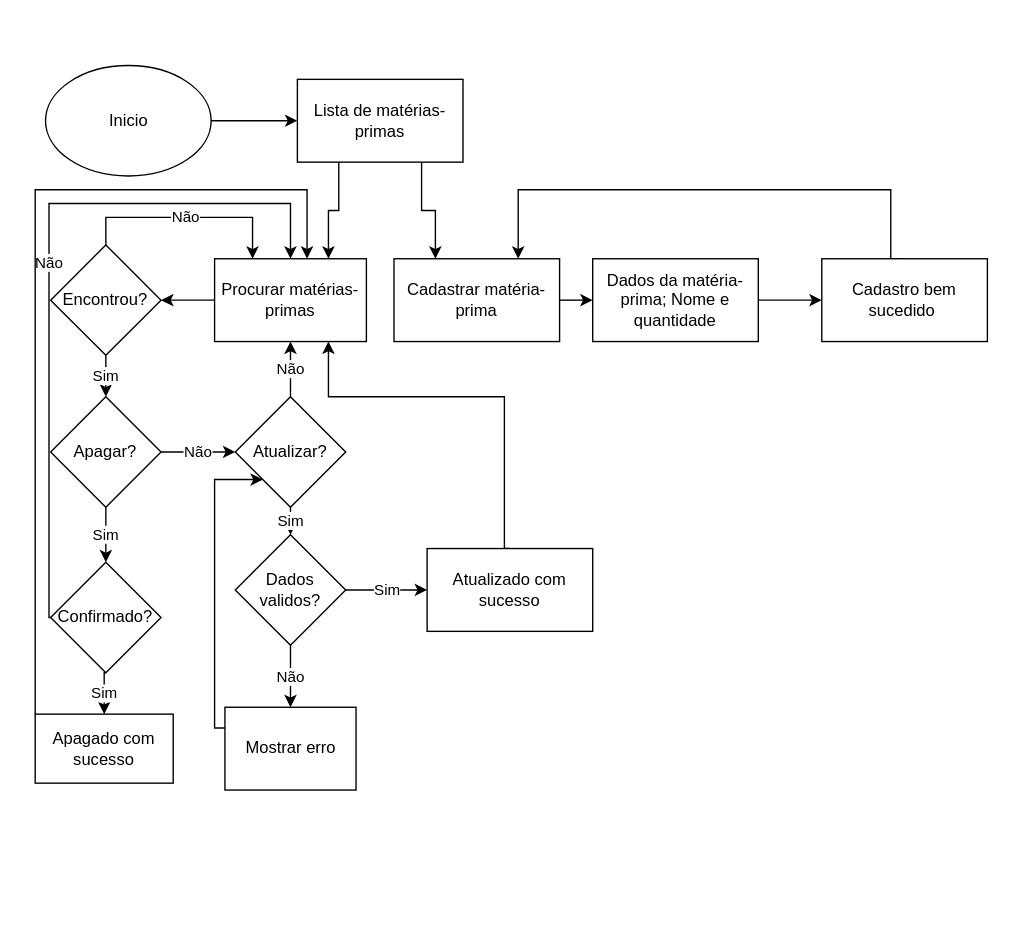
Before: page "Página-3" (3 of 6) of doc/fluxograma.drawio in D3ise/fluxograma, a draw.io diagram. Source tidied: cells renumbered, new cells numbered last; positions are measured from the earlier drawing's top-left corner, leaving out a move shared by most shapes. Both pictures are drawn from the tidied source at 138%, with x=0, y=0 at pixel (34, 65).
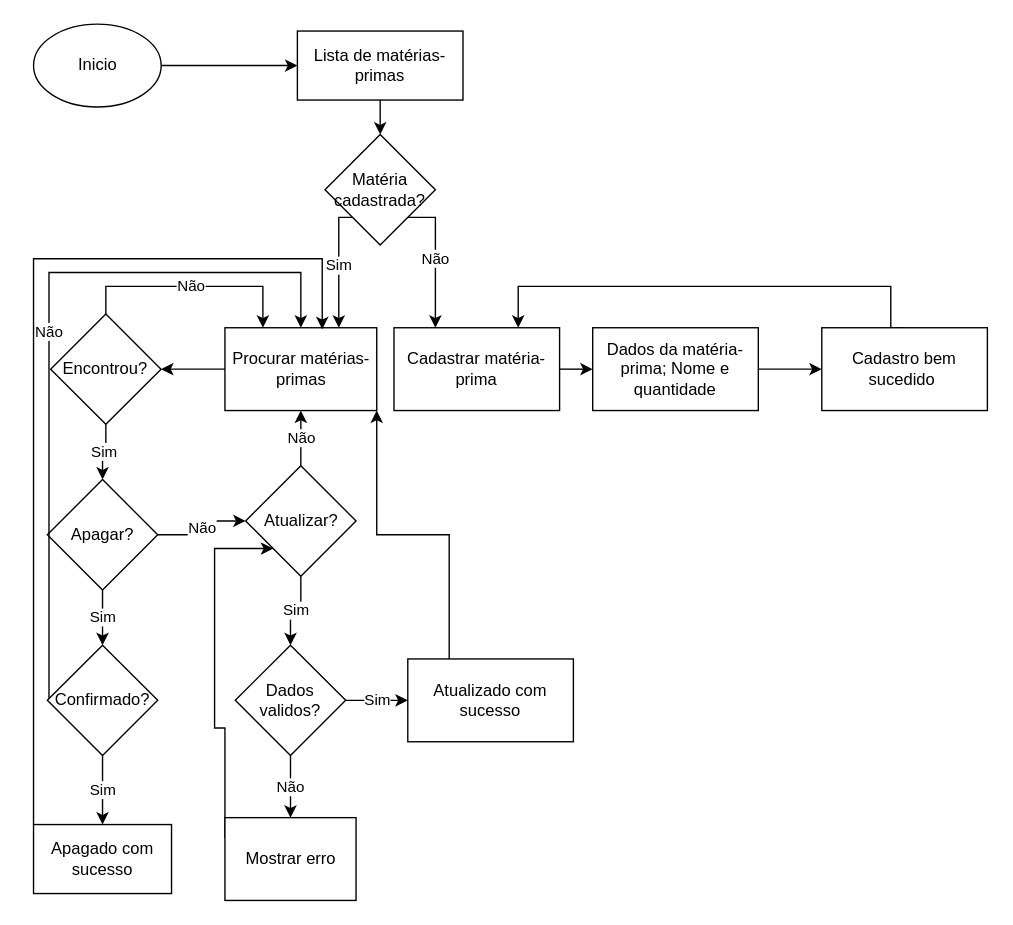
The same diagram, later.

Change to the diagram source:
```diff
@@
     <mxCell id="4" value="Inicio" style="ellipse;whiteSpace=wrap;html=1;" parent="1" vertex="1">
-      <mxGeometry x="7.5" width="120" height="80" as="geometry" />
+      <mxGeometry x="-1.2" y="-30" width="92.5" height="60" as="geometry" />
     </mxCell>
-    <mxCell id="5" style="edgeStyle=orthogonalEdgeStyle;rounded=0;jettySize=auto;html=1;exitX=0.25;exitY=1;exitDx=0;exitDy=0;entryX=0.75;entryY=0;entryDx=0;entryDy=0;" parent="1" edge="1" source="7" target="11">
-      <mxGeometry relative="1" as="geometry" />
-    </mxCell>
-    <mxCell id="6" style="edgeStyle=orthogonalEdgeStyle;rounded=0;jettySize=auto;html=1;exitX=0.75;exitY=1;exitDx=0;exitDy=0;entryX=0.25;entryY=0;entryDx=0;entryDy=0;" parent="1" edge="1" source="7" target="13">
-      <mxGeometry relative="1" as="geometry" />
-    </mxCell>
+    <mxCell id="37" style="edgeStyle=orthogonalEdgeStyle;rounded=0;jettySize=auto;html=1;exitX=0.5;exitY=1;exitDx=0;exitDy=0;entryX=0.5;entryY=0;entryDx=0;entryDy=0;" parent="1" edge="1" source="7" target="40">
+      <mxGeometry relative="1" as="geometry" />
+    </mxCell>
     <mxCell id="7" value="Lista de matérias-primas" style="rounded=0;whiteSpace=wrap;html=1;" parent="1" vertex="1">
-      <mxGeometry x="190" y="10" width="120" height="60" as="geometry" />
+      <mxGeometry x="190" y="-25" width="120" height="50" as="geometry" />
     </mxCell>
@@
     <mxCell id="9" value="Dados da matéria-prima; Nome e quantidade" style="rounded=0;whiteSpace=wrap;html=1;" parent="1" vertex="1">
-      <mxGeometry x="404" y="140" width="120" height="60" as="geometry" />
+      <mxGeometry x="404" y="190" width="120" height="60" as="geometry" />
     </mxCell>
@@
     <mxCell id="11" value="Procurar matérias-primas" style="rounded=0;whiteSpace=wrap;html=1;" parent="1" vertex="1">
-      <mxGeometry x="130" y="140" width="110" height="60" as="geometry" />
+      <mxGeometry x="137.5" y="190" width="110" height="60" as="geometry" />
     </mxCell>
@@
     <mxCell id="13" value="Cadastrar matéria-prima" style="rounded=0;whiteSpace=wrap;html=1;" parent="1" vertex="1">
-      <mxGeometry x="260" y="140" width="120" height="60" as="geometry" />
+      <mxGeometry x="260" y="190" width="120" height="60" as="geometry" />
     </mxCell>
@@
     <mxCell id="16" value="Dados validos?" style="rhombus;whiteSpace=wrap;html=1;" parent="1" vertex="1">
-      <mxGeometry x="145" y="340" width="80" height="80" as="geometry" />
+      <mxGeometry x="145" y="420" width="80" height="80" as="geometry" />
     </mxCell>
     <mxCell id="17" style="edgeStyle=orthogonalEdgeStyle;rounded=0;jettySize=auto;html=1;exitX=0.5;exitY=0;exitDx=0;exitDy=0;entryX=0.75;entryY=0;entryDx=0;entryDy=0;" parent="1" edge="1" source="18" target="13">
       <mxGeometry relative="1" as="geometry">
         <Array as="points">
-          <mxPoint x="620" y="90" />
-          <mxPoint x="350" y="90" />
+          <mxPoint x="620" y="190" />
+          <mxPoint x="620" y="160" />
+          <mxPoint x="350" y="160" />
         </Array>
       </mxGeometry>
     </mxCell>
     <mxCell id="18" value="Cadastro bem sucedido&amp;nbsp;" style="rounded=0;whiteSpace=wrap;html=1;" parent="1" vertex="1">
-      <mxGeometry x="570" y="140" width="120" height="60" as="geometry" />
+      <mxGeometry x="570" y="190" width="120" height="60" as="geometry" />
     </mxCell>
     <mxCell id="19" style="edgeStyle=orthogonalEdgeStyle;rounded=0;jettySize=auto;html=1;exitX=0;exitY=0.25;exitDx=0;exitDy=0;entryX=0;entryY=1;entryDx=0;entryDy=0;" parent="1" edge="1" source="20" target="31">
       <mxGeometry relative="1" as="geometry">
         <Array as="points">
+          <mxPoint x="138" y="480" />
           <mxPoint x="130" y="480" />
-          <mxPoint x="130" y="300" />
+          <mxPoint x="130" y="350" />
         </Array>
       </mxGeometry>
     </mxCell>
     <mxCell id="20" value="Mostrar erro" style="rounded=0;whiteSpace=wrap;html=1;" parent="1" vertex="1">
-      <mxGeometry x="137.5" y="465" width="95" height="60" as="geometry" />
+      <mxGeometry x="137.5" y="545" width="95" height="60" as="geometry" />
     </mxCell>
-    <mxCell id="21" style="edgeStyle=orthogonalEdgeStyle;rounded=0;jettySize=auto;html=1;exitX=0.5;exitY=0;exitDx=0;exitDy=0;entryX=0.75;entryY=1;entryDx=0;entryDy=0;" parent="1" edge="1" source="22" target="11">
-      <mxGeometry relative="1" as="geometry">
-        <Array as="points">
-          <mxPoint x="340" y="350" />
-          <mxPoint x="340" y="240" />
-          <mxPoint x="213" y="240" />
-        </Array>
-      </mxGeometry>
+    <mxCell id="21" style="edgeStyle=orthogonalEdgeStyle;rounded=0;jettySize=auto;html=1;exitX=0.25;exitY=0;exitDx=0;exitDy=0;entryX=1;entryY=1;entryDx=0;entryDy=0;" parent="1" edge="1" source="22" target="11">
+      <mxGeometry relative="1" as="geometry" />
     </mxCell>
     <mxCell id="22" value="Atualizado com sucesso" style="rounded=0;whiteSpace=wrap;html=1;" parent="1" vertex="1">
-      <mxGeometry x="284" y="350" width="120" height="60" as="geometry" />
+      <mxGeometry x="270" y="430" width="120" height="60" as="geometry" />
     </mxCell>
+    <mxCell id="24" value="Sim" style="edgeStyle=orthogonalEdgeStyle;rounded=0;jettySize=auto;html=1;exitX=0.5;exitY=1;exitDx=0;exitDy=0;entryX=0.5;entryY=0;entryDx=0;entryDy=0;" parent="1" edge="1" source="25" target="28">
+      <mxGeometry relative="1" as="geometry" />
+    </mxCell>
-    <mxCell id="23" value="Não" style="edgeStyle=orthogonalEdgeStyle;rounded=0;jettySize=auto;html=1;entryX=0.25;entryY=0;entryDx=0;entryDy=0;" parent="1" edge="1" source="25" target="11">
-      <mxGeometry relative="1" as="geometry">
-        <Array as="points">
-          <mxPoint x="51" y="110" />
-          <mxPoint x="158" y="110" />
-        </Array>
-      </mxGeometry>
+    <mxCell id="23" value="Não" style="edgeStyle=orthogonalEdgeStyle;rounded=0;jettySize=auto;html=1;exitX=0.5;exitY=0;exitDx=0;exitDy=0;entryX=0.25;entryY=0;entryDx=0;entryDy=0;" parent="1" edge="1" source="25" target="11">
+      <mxGeometry relative="1" as="geometry" />
     </mxCell>
-    <mxCell id="24" value="Sim" style="edgeStyle=orthogonalEdgeStyle;rounded=0;jettySize=auto;html=1;exitX=0.5;exitY=1;exitDx=0;exitDy=0;entryX=0.5;entryY=0;entryDx=0;entryDy=0;" parent="1" edge="1" source="25" target="28">
-      <mxGeometry relative="1" as="geometry" />
-    </mxCell>
     <mxCell id="25" value="Encontrou?" style="rhombus;whiteSpace=wrap;html=1;" parent="1" vertex="1">
-      <mxGeometry x="11.2" y="130" width="80" height="80" as="geometry" />
+      <mxGeometry x="11.2" y="180" width="80" height="80" as="geometry" />
     </mxCell>
@@
     <mxCell id="28" value="Apagar?" style="rhombus;whiteSpace=wrap;html=1;" parent="1" vertex="1">
-      <mxGeometry x="11.2" y="240" width="80" height="80" as="geometry" />
+      <mxGeometry x="8.8" y="300" width="80" height="80" as="geometry" />
     </mxCell>
@@
     <mxCell id="31" value="Atualizar?" style="rhombus;whiteSpace=wrap;html=1;" parent="1" vertex="1">
-      <mxGeometry x="145" y="240" width="80" height="80" as="geometry" />
+      <mxGeometry x="152.5" y="290" width="80" height="80" as="geometry" />
     </mxCell>
@@
     <mxCell id="33" value="Não" style="edgeStyle=orthogonalEdgeStyle;rounded=0;jettySize=auto;html=1;entryX=0.5;entryY=0;entryDx=0;entryDy=0;" parent="1" edge="1" source="34" target="11">
       <mxGeometry relative="1" as="geometry">
         <Array as="points">
-          <mxPoint x="10" y="400" />
-          <mxPoint x="10" y="100" />
-          <mxPoint x="185" y="100" />
+          <mxPoint x="10" y="150" />
+          <mxPoint x="193" y="150" />
         </Array>
       </mxGeometry>
     </mxCell>
     <mxCell id="34" value="Confirmado?" style="rhombus;whiteSpace=wrap;html=1;" parent="1" vertex="1">
-      <mxGeometry x="11.2" y="360" width="80" height="80" as="geometry" />
+      <mxGeometry x="8.8" y="420" width="80" height="80" as="geometry" />
     </mxCell>
     <mxCell id="35" value="Apagado com sucesso" style="rounded=0;whiteSpace=wrap;html=1;" parent="1" vertex="1">
-      <mxGeometry y="470" width="100" height="50" as="geometry" />
+      <mxGeometry x="-1.2" y="550" width="100" height="50" as="geometry" />
     </mxCell>
-    <mxCell id="36" style="edgeStyle=orthogonalEdgeStyle;rounded=0;jettySize=auto;html=1;exitX=0;exitY=0;exitDx=0;exitDy=0;" parent="1" edge="1" source="35">
-      <mxGeometry relative="1" as="geometry">
-        <mxPoint x="197" y="140" as="targetPoint" />
-        <Array as="points">
-          <mxPoint y="90" />
-          <mxPoint x="197" y="90" />
-        </Array>
-      </mxGeometry>
-    </mxCell>
+    <mxCell id="38" value="Não" style="edgeStyle=orthogonalEdgeStyle;rounded=0;jettySize=auto;html=1;exitX=1;exitY=1;exitDx=0;exitDy=0;entryX=0.25;entryY=0;entryDx=0;entryDy=0;" parent="1" edge="1" source="40" target="13">
+      <mxGeometry relative="1" as="geometry">
+        <Array as="points">
+          <mxPoint x="290" y="110" />
+        </Array>
+      </mxGeometry>
+    </mxCell>
+    <mxCell id="39" value="Sim" style="edgeStyle=orthogonalEdgeStyle;rounded=0;jettySize=auto;html=1;exitX=0;exitY=1;exitDx=0;exitDy=0;entryX=0.75;entryY=0;entryDx=0;entryDy=0;" parent="1" edge="1" source="40" target="11">
+      <mxGeometry relative="1" as="geometry">
+        <Array as="points">
+          <mxPoint x="220" y="110" />
+        </Array>
+      </mxGeometry>
+    </mxCell>
+    <mxCell id="40" value="Matéria cadastrada?" style="rhombus;whiteSpace=wrap;html=1;" parent="1" vertex="1">
+      <mxGeometry x="210" y="50" width="80" height="80" as="geometry" />
+    </mxCell>
+    <mxCell id="41" style="edgeStyle=orthogonalEdgeStyle;rounded=0;jettySize=auto;html=1;exitX=0;exitY=0;exitDx=0;exitDy=0;entryX=0.641;entryY=0.017;entryDx=0;entryDy=0;entryPerimeter=0;" parent="1" edge="1" source="35" target="11">
+      <mxGeometry relative="1" as="geometry">
+        <Array as="points">
+          <mxPoint x="-1" y="140" />
+          <mxPoint x="208" y="140" />
+        </Array>
+      </mxGeometry>
+    </mxCell>
```
